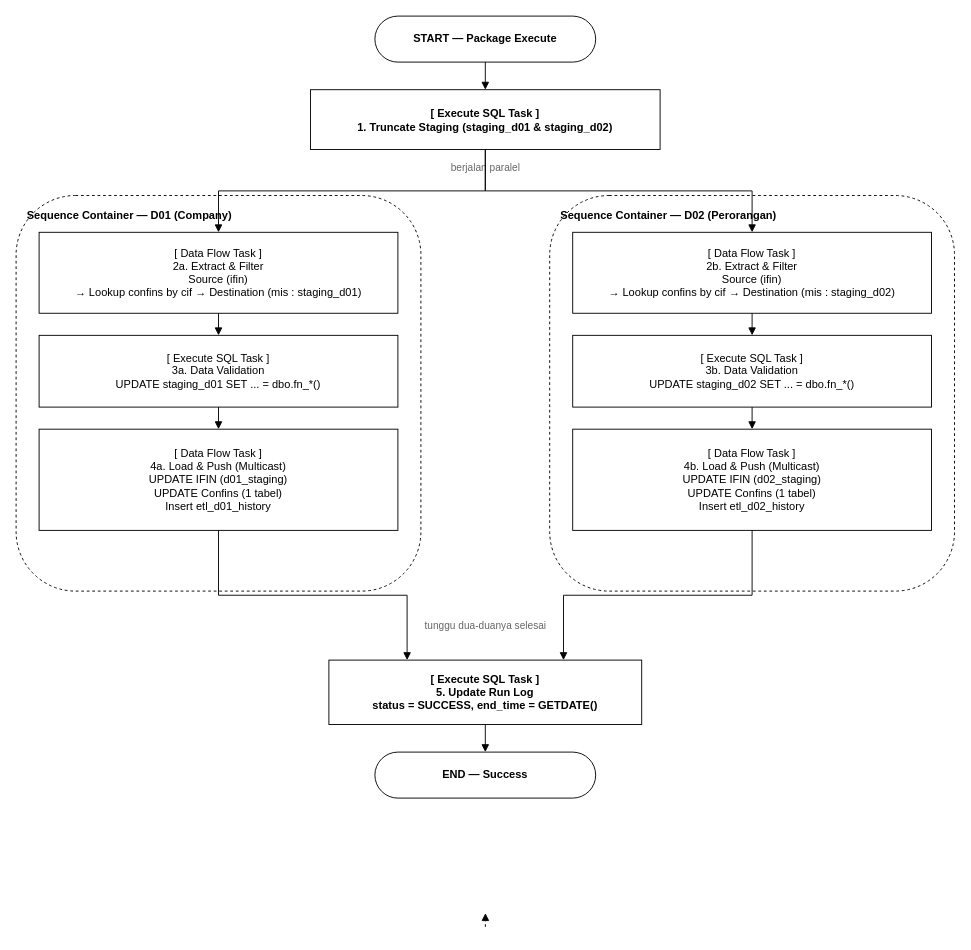
This is diagrams/slik-process-flow.drawio from mcellina/flow_process_1, a draw.io file, before an edit. Source tidied: cells renumbered, new cells numbered last; positions are measured from the earlier drawing's top-left corner, leaving out a move shared by most shapes. Both pictures are drawn from the tidied source at 92%, with x=0, y=0 at pixel (16, 16).
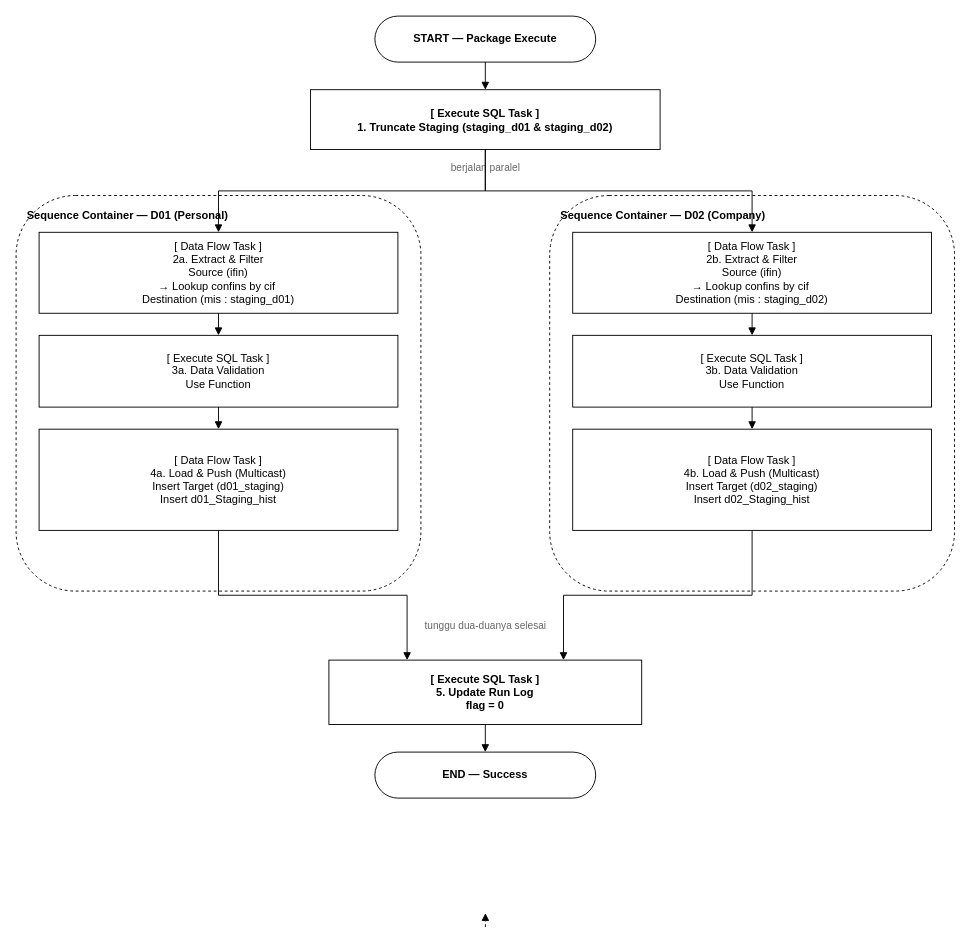
The same diagram, later.

Diff of the diagram source:
```diff
@@
-    <mxCell id="5" value="Sequence Container — D01 (Company)" style="rounded=1;dashed=1;whiteSpace=wrap;html=1;verticalAlign=top;align=left;spacingLeft=10;spacingTop=8;fontStyle=1;fontSize=12;" parent="1" vertex="1">
+    <mxCell id="5" value="Sequence Container — D01 (Personal)" style="rounded=1;dashed=1;whiteSpace=wrap;html=1;verticalAlign=top;align=left;spacingLeft=10;spacingTop=8;fontStyle=1;fontSize=12;" parent="1" vertex="1">
       <mxGeometry y="195" width="440" height="430" as="geometry" />
     </mxCell>
-    <mxCell id="6" value="[ Data Flow Task ]&#10;2a. Extract &amp; Filter&#10;Source (ifin)&#10;→ Lookup confins by cif → Destination (mis : staging_d01)" style="rounded=0;whiteSpace=wrap;html=1;align=center;verticalAlign=middle;spacing=4;" parent="1" vertex="1">
+    <mxCell id="6" value="[ Data Flow Task ]&lt;br&gt;2a. Extract &amp;amp; Filter&lt;br&gt;Source (ifin)&lt;br&gt;→ Lookup confins by cif&amp;nbsp;&lt;div&gt;Destination (mis : staging_d01)&lt;/div&gt;" style="rounded=0;whiteSpace=wrap;html=1;align=center;verticalAlign=middle;spacing=4;" parent="1" vertex="1">
       <mxGeometry x="25" y="235" width="390" height="88" as="geometry" />
     </mxCell>
-    <mxCell id="7" value="[ Execute SQL Task ]&#10;3a. Data Validation&#10;UPDATE staging_d01 SET ... = dbo.fn_*()" style="rounded=0;whiteSpace=wrap;html=1;align=center;verticalAlign=middle;spacing=4;" parent="1" vertex="1">
+    <mxCell id="7" value="[ Execute SQL Task ]&lt;br&gt;3a. Data Validation&lt;br&gt;Use Function" style="rounded=0;whiteSpace=wrap;html=1;align=center;verticalAlign=middle;spacing=4;" parent="1" vertex="1">
       <mxGeometry x="25" y="347" width="390" height="78" as="geometry" />
     </mxCell>
-    <mxCell id="8" value="[ Data Flow Task ]&#10;4a. Load &amp; Push (Multicast)&#10;UPDATE IFIN (d01_staging)&#10;UPDATE Confins (1 tabel)&#10;Insert etl_d01_history" style="rounded=0;whiteSpace=wrap;html=1;align=center;verticalAlign=middle;spacing=4;" parent="1" vertex="1">
+    <mxCell id="8" value="[ Data Flow Task ]&lt;br&gt;4a. Load &amp;amp; Push (Multicast)&lt;br&gt;Insert Target (d01_staging)&lt;br&gt;Insert d01_Staging_hist" style="rounded=0;whiteSpace=wrap;html=1;align=center;verticalAlign=middle;spacing=4;" parent="1" vertex="1">
       <mxGeometry x="25" y="449" width="390" height="110" as="geometry" />
     </mxCell>
-    <mxCell id="9" value="Sequence Container — D02 (Perorangan)" style="rounded=1;dashed=1;whiteSpace=wrap;html=1;verticalAlign=top;align=left;spacingLeft=10;spacingTop=8;fontStyle=1;fontSize=12;" parent="1" vertex="1">
+    <mxCell id="9" value="Sequence Container — D02 (Company)" style="rounded=1;dashed=1;whiteSpace=wrap;html=1;verticalAlign=top;align=left;spacingLeft=10;spacingTop=8;fontStyle=1;fontSize=12;" parent="1" vertex="1">
       <mxGeometry x="580" y="195" width="440" height="430" as="geometry" />
     </mxCell>
-    <mxCell id="10" value="[ Data Flow Task ]&#10;2b. Extract &amp; Filter&#10;Source (ifin)&#10;→ Lookup confins by cif → Destination (mis : staging_d02)" style="rounded=0;whiteSpace=wrap;html=1;align=center;verticalAlign=middle;spacing=4;" parent="1" vertex="1">
+    <mxCell id="10" value="[ Data Flow Task ]&lt;br&gt;2b. Extract &amp;amp; Filter&lt;br&gt;Source (ifin)&lt;br&gt;→ Lookup confins by cif&amp;nbsp;&lt;div&gt;Destination (mis : staging_d02)&lt;/div&gt;" style="rounded=0;whiteSpace=wrap;html=1;align=center;verticalAlign=middle;spacing=4;" parent="1" vertex="1">
       <mxGeometry x="605" y="235" width="390" height="88" as="geometry" />
     </mxCell>
-    <mxCell id="11" value="[ Execute SQL Task ]&#10;3b. Data Validation&#10;UPDATE staging_d02 SET ... = dbo.fn_*()" style="rounded=0;whiteSpace=wrap;html=1;align=center;verticalAlign=middle;spacing=4;" parent="1" vertex="1">
+    <mxCell id="11" value="[ Execute SQL Task ]&lt;br&gt;3b. Data Validation&lt;br&gt;Use Function" style="rounded=0;whiteSpace=wrap;html=1;align=center;verticalAlign=middle;spacing=4;" parent="1" vertex="1">
       <mxGeometry x="605" y="347" width="390" height="78" as="geometry" />
     </mxCell>
-    <mxCell id="12" value="[ Data Flow Task ]&#10;4b. Load &amp; Push (Multicast)&#10;UPDATE IFIN (d02_staging)&#10;UPDATE Confins (1 tabel)&#10;Insert etl_d02_history" style="rounded=0;whiteSpace=wrap;html=1;align=center;verticalAlign=middle;spacing=4;" parent="1" vertex="1">
+    <mxCell id="12" value="[ Data Flow Task ]&lt;br&gt;4b. Load &amp;amp; Push (Multicast)&lt;br&gt;Insert Target (d02_staging)&lt;div&gt;Insert d02_Staging_hist&lt;/div&gt;" style="rounded=0;whiteSpace=wrap;html=1;align=center;verticalAlign=middle;spacing=4;" parent="1" vertex="1">
       <mxGeometry x="605" y="449" width="390" height="110" as="geometry" />
     </mxCell>
@@
-    <mxCell id="14" value="[ Execute SQL Task ]&#10;5. Update Run Log&#10;status = SUCCESS, end_time = GETDATE()" style="rounded=0;whiteSpace=wrap;html=1;align=center;verticalAlign=middle;fontStyle=1;spacing=4;" parent="1" vertex="1">
+    <mxCell id="14" value="[ Execute SQL Task ]&lt;br&gt;5. Update Run Log&lt;br&gt;flag = 0" style="rounded=0;whiteSpace=wrap;html=1;align=center;verticalAlign=middle;fontStyle=1;spacing=4;" parent="1" vertex="1">
       <mxGeometry x="340" y="700" width="340" height="70" as="geometry" />
     </mxCell>
```
